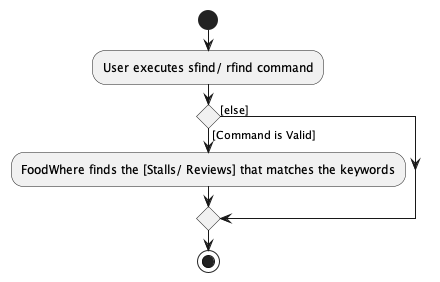
Above: docs/images/FindActivityDiagram.png in nus-cs2103-AY2223S1/tp (PlantUML), before the change.
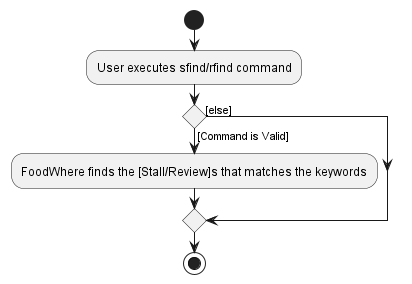
Later version of the same file.

Commit message:
Remove extra space from FindActivityDiagram

The edit, as a diff of the source:
```diff
@@ -1,9 +1,9 @@
 @startuml
 start
-:User executes sfind/ rfind command;
+:User executes sfind/rfind command;
 
 if () then ([Command is Valid])
-    :FoodWhere finds the [Stalls/ Reviews] that matches the keywords;
+    :FoodWhere finds the [Stall/Review]s that matches the keywords;
 else ([else])
 endif
 stop
```
